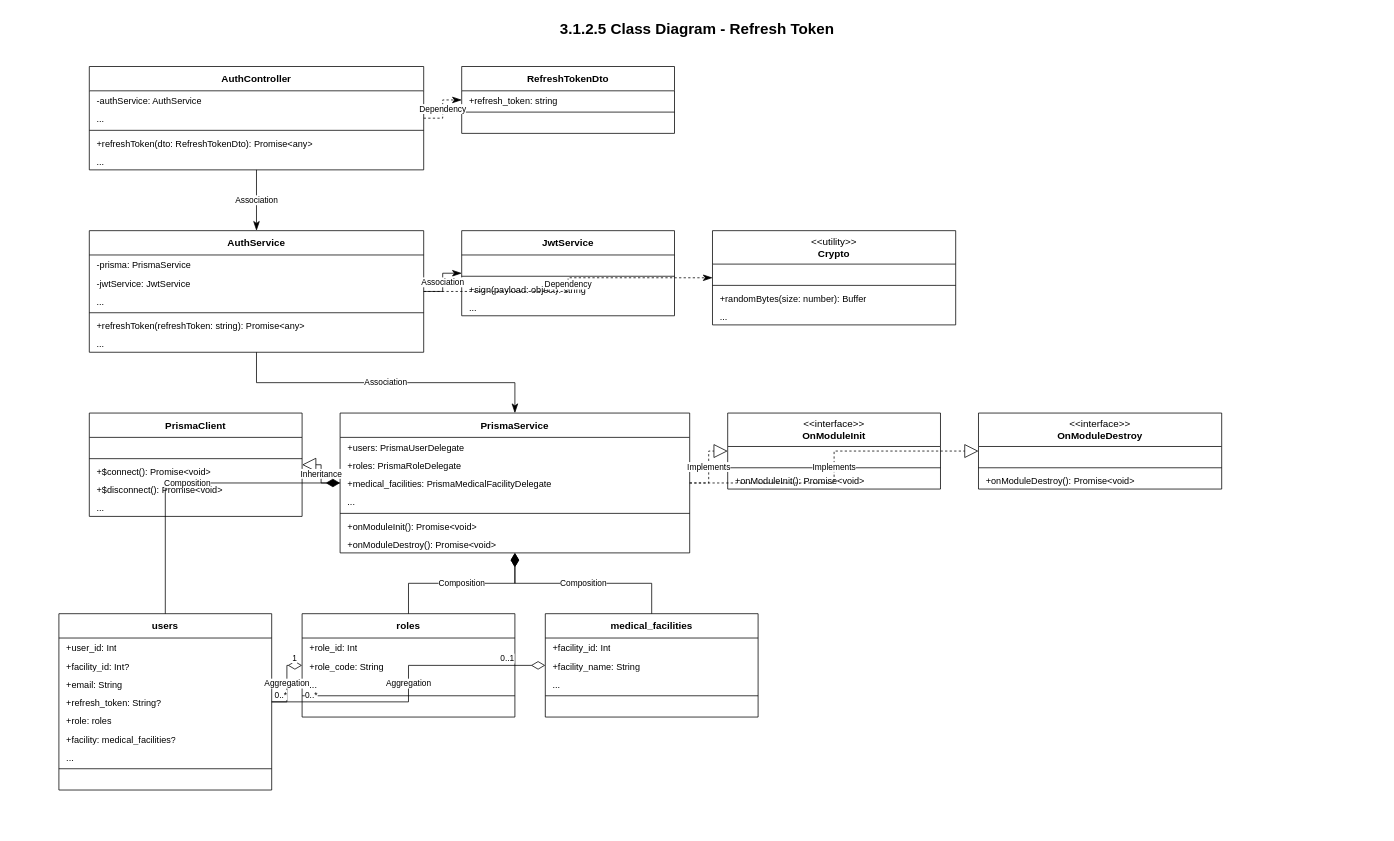
Earlier version of the draw.io diagram page "Refresh Token" (6 of 8) of auth_all_class_diagrams.drawio (CuongBC195/class-diagram-donation-blood). Source tidied: cells renumbered, new cells numbered last; positions are measured from the earlier drawing's top-left corner, leaving out a move shared by most shapes. Both pictures are drawn from the tidied source at 76%, with x=0, y=0 at pixel (13, 13).
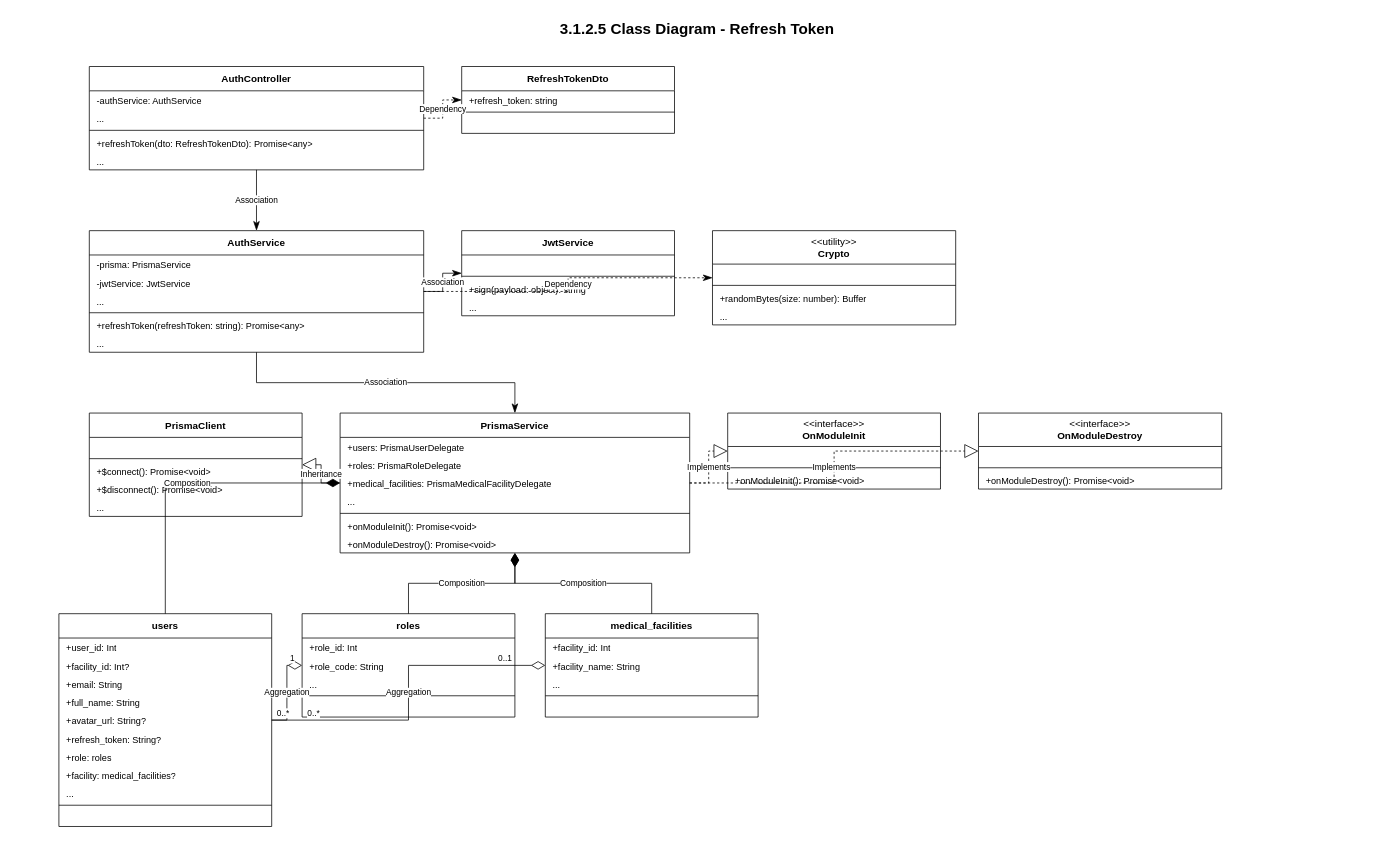
Above is the later version.

What changed in the source:
```diff
@@
     <mxCell id="52" value="&lt;b&gt;users&lt;/b&gt;" style="swimlane;fontStyle=0;horizontal=1;startSize=32;whiteSpace=wrap;html=1;fillColor=#ffffff;strokeColor=#000000;swimlaneFillColor=#ffffff;fontColor=#000000;fontFamily=Arial;fontSize=13;" parent="1" vertex="1">
-      <mxGeometry x="60" y="790" width="280" height="232" as="geometry" />
+      <mxGeometry x="60" y="790" width="280" height="280" as="geometry" />
     </mxCell>
@@
-    <mxCell id="56" value="+refresh_token: String?" style="text;strokeColor=none;fillColor=none;align=left;verticalAlign=top;spacingLeft=8;spacingRight=8;overflow=hidden;whiteSpace=wrap;html=1;fontFamily=Arial;fontSize=12;fontColor=#000000;" parent="52" vertex="1">
+    <mxCell id="56" value="+full_name: String" style="text;strokeColor=none;fillColor=none;align=left;verticalAlign=top;spacingLeft=8;spacingRight=8;overflow=hidden;whiteSpace=wrap;html=1;fontFamily=Arial;fontSize=12;fontColor=#000000;" parent="52" vertex="1">
       <mxGeometry y="104" width="280" height="24" as="geometry" />
     </mxCell>
-    <mxCell id="57" value="+role: roles" style="text;strokeColor=none;fillColor=none;align=left;verticalAlign=top;spacingLeft=8;spacingRight=8;overflow=hidden;whiteSpace=wrap;html=1;fontFamily=Arial;fontSize=12;fontColor=#000000;" parent="52" vertex="1">
+    <mxCell id="57" value="+avatar_url: String?" style="text;strokeColor=none;fillColor=none;align=left;verticalAlign=top;spacingLeft=8;spacingRight=8;overflow=hidden;whiteSpace=wrap;html=1;fontFamily=Arial;fontSize=12;fontColor=#000000;" parent="52" vertex="1">
       <mxGeometry y="128" width="280" height="24" as="geometry" />
     </mxCell>
-    <mxCell id="58" value="+facility: medical_facilities?" style="text;strokeColor=none;fillColor=none;align=left;verticalAlign=top;spacingLeft=8;spacingRight=8;overflow=hidden;whiteSpace=wrap;html=1;fontFamily=Arial;fontSize=12;fontColor=#000000;" parent="52" vertex="1">
+    <mxCell id="58" value="+refresh_token: String?" style="text;strokeColor=none;fillColor=none;align=left;verticalAlign=top;spacingLeft=8;spacingRight=8;overflow=hidden;whiteSpace=wrap;html=1;fontFamily=Arial;fontSize=12;fontColor=#000000;" parent="52" vertex="1">
       <mxGeometry y="152" width="280" height="24" as="geometry" />
     </mxCell>
-    <mxCell id="59" value="..." style="text;strokeColor=none;fillColor=none;align=left;verticalAlign=top;spacingLeft=8;spacingRight=8;overflow=hidden;whiteSpace=wrap;html=1;fontFamily=Arial;fontSize=12;fontColor=#000000;" parent="52" vertex="1">
+    <mxCell id="59" value="+role: roles" style="text;strokeColor=none;fillColor=none;align=left;verticalAlign=top;spacingLeft=8;spacingRight=8;overflow=hidden;whiteSpace=wrap;html=1;fontFamily=Arial;fontSize=12;fontColor=#000000;" parent="52" vertex="1">
       <mxGeometry y="176" width="280" height="24" as="geometry" />
     </mxCell>
+    <mxCell id="91" value="+facility: medical_facilities?" style="text;strokeColor=none;fillColor=none;align=left;verticalAlign=top;spacingLeft=8;spacingRight=8;overflow=hidden;whiteSpace=wrap;html=1;fontFamily=Arial;fontSize=12;fontColor=#000000;" parent="52" vertex="1">
+      <mxGeometry y="200" width="280" height="24" as="geometry" />
+    </mxCell>
+    <mxCell id="92" value="..." style="text;strokeColor=none;fillColor=none;align=left;verticalAlign=top;spacingLeft=8;spacingRight=8;overflow=hidden;whiteSpace=wrap;html=1;fontFamily=Arial;fontSize=12;fontColor=#000000;" parent="52" vertex="1">
+      <mxGeometry y="224" width="280" height="24" as="geometry" />
+    </mxCell>
     <mxCell id="60" style="line;strokeWidth=1;fillColor=none;strokeColor=#000000;align=left;verticalAlign=middle;" parent="52" vertex="1">
-      <mxGeometry y="200" width="280" height="8" as="geometry" />
+      <mxGeometry y="248" width="280" height="8" as="geometry" />
     </mxCell>
     <mxCell id="61" value=" " style="text;strokeColor=none;fillColor=none;align=left;verticalAlign=top;spacingLeft=8;spacingRight=8;overflow=hidden;whiteSpace=wrap;html=1;fontFamily=Arial;fontSize=12;fontColor=#000000;" parent="52" vertex="1">
-      <mxGeometry y="208" width="280" height="24" as="geometry" />
+      <mxGeometry y="256" width="280" height="24" as="geometry" />
     </mxCell>
```
